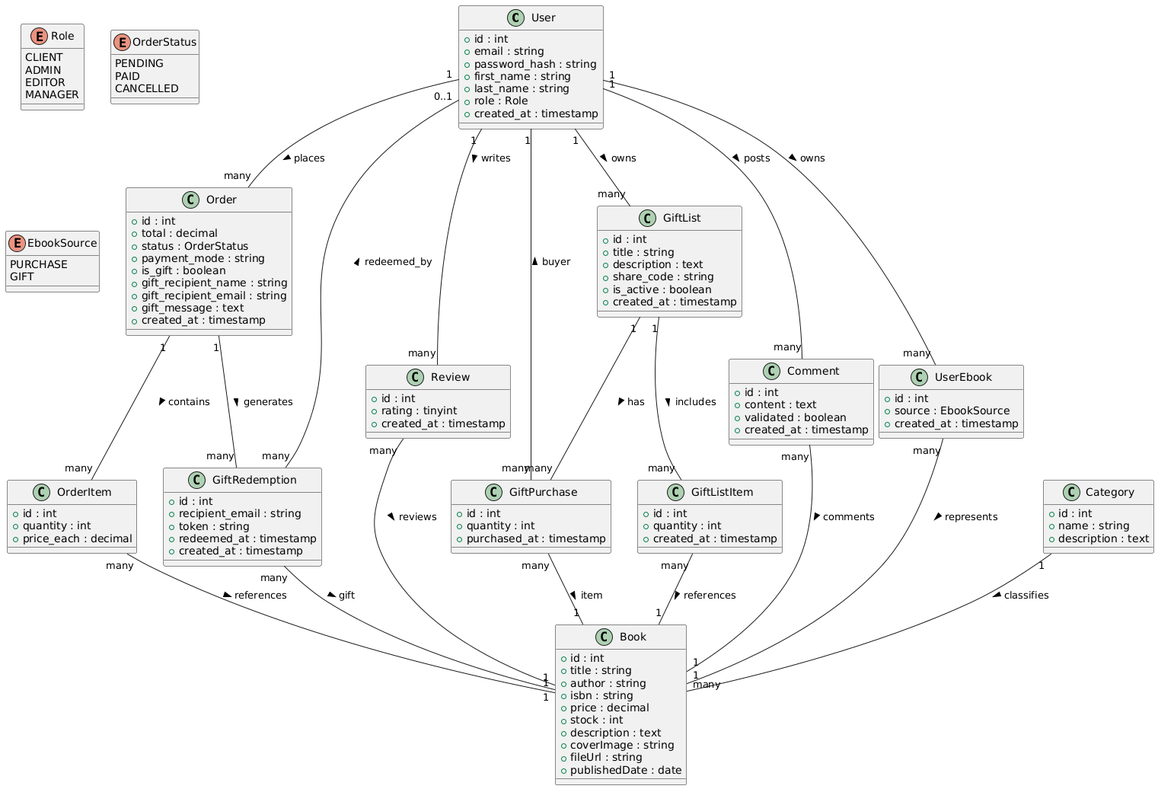
Above: CLASS_DIAGRAM.png in Derssa/livresgourmands (PlantUML), before the change.
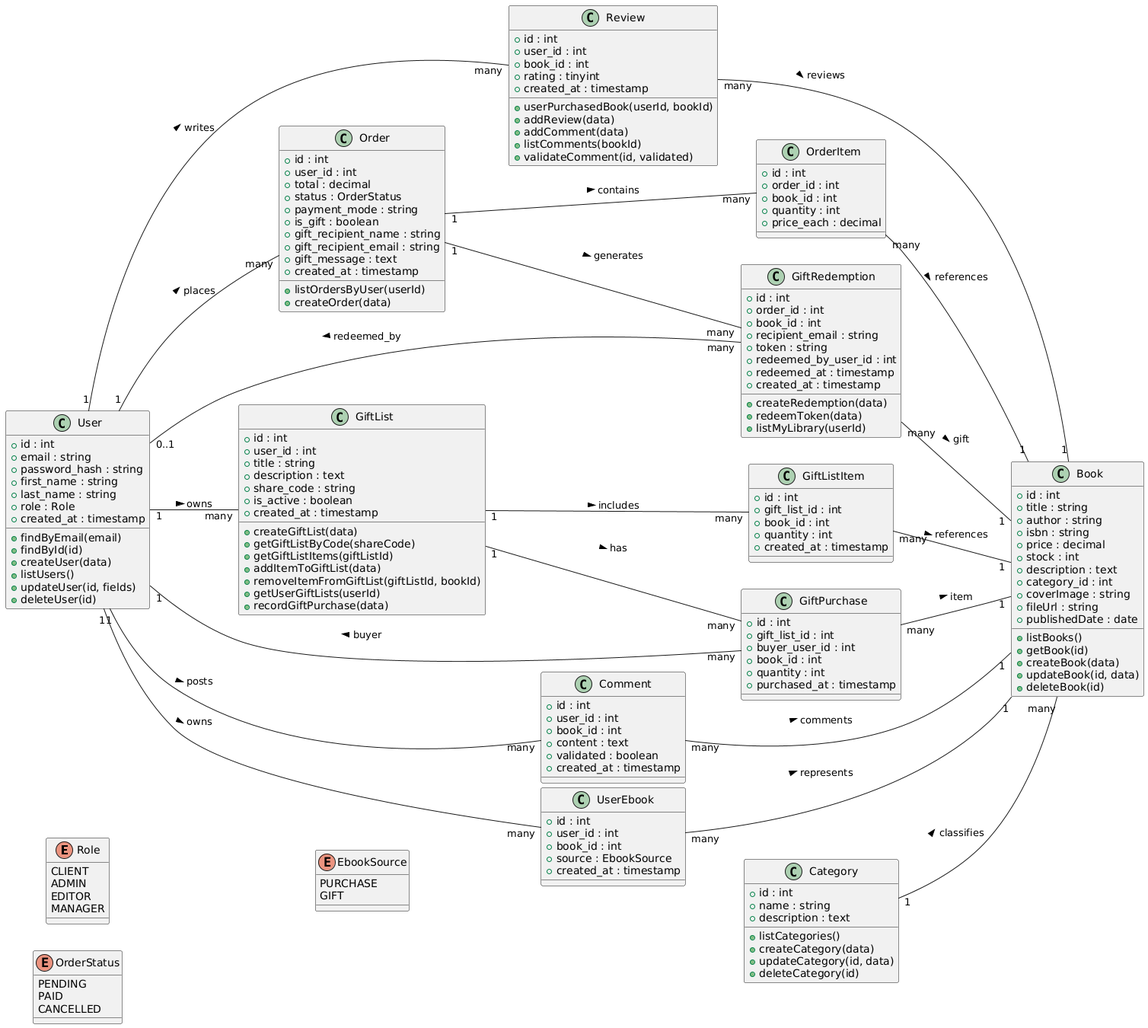
The same file after the commit.

Commit message:
class diagram with methods

Diff of the diagram source:
```diff
@@ -1,4 +1,25 @@
 @startuml
+
+left to right direction
+
+enum Role {
+  CLIENT
+  ADMIN
+  EDITOR
+  MANAGER
+}
+
+enum OrderStatus {
+  PENDING
+  PAID
+  CANCELLED
+}
+
+enum EbookSource {
+  PURCHASE
+  GIFT
+}
+
 
 class User {
   +id : int
@@ -8,19 +29,24 @@
   +last_name : string
   +role : Role
   +created_at : timestamp
-}
 
-enum Role {
-  CLIENT
-  ADMIN
-  EDITOR
-  MANAGER
+  +findByEmail(email)
+  +findById(id)
+  +createUser(data)
+  +listUsers()
+  +updateUser(id, fields)
+  +deleteUser(id)
 }
 
 class Category {
   +id : int
   +name : string
   +description : text
+
+  +listCategories()
+  +createCategory(data)
+  +updateCategory(id, data)
+  +deleteCategory(id)
 }
 
 class Book {
@@ -31,13 +57,21 @@
   +price : decimal
   +stock : int
   +description : text
+  +category_id : int
   +coverImage : string
   +fileUrl : string
   +publishedDate : date
+
+  +listBooks()
+  +getBook(id)
+  +createBook(data)
+  +updateBook(id, data)
+  +deleteBook(id)
 }
 
 class Order {
   +id : int
+  +user_id : int
   +total : decimal
   +status : OrderStatus
   +payment_mode : string
@@ -46,49 +80,87 @@
   +gift_recipient_email : string
   +gift_message : text
   +created_at : timestamp
-}
 
-enum OrderStatus {
-  PENDING
-  PAID
-  CANCELLED
+  +listOrdersByUser(userId)
+  +createOrder(data)
 }
 
 class OrderItem {
   +id : int
+  +order_id : int
+  +book_id : int
   +quantity : int
   +price_each : decimal
 }
 
 class GiftList {
   +id : int
+  +user_id : int
   +title : string
   +description : text
   +share_code : string
   +is_active : boolean
   +created_at : timestamp
+
+  +createGiftList(data)
+  +getGiftListByCode(shareCode)
+  +getGiftListItems(giftListId)
+  +addItemToGiftList(data)
+  +removeItemFromGiftList(giftListId, bookId)
+  +getUserGiftLists(userId)
+  +recordGiftPurchase(data)
 }
 
 class GiftListItem {
   +id : int
+  +gift_list_id : int
+  +book_id : int
   +quantity : int
   +created_at : timestamp
 }
 
 class GiftPurchase {
   +id : int
+  +gift_list_id : int
+  +buyer_user_id : int
+  +book_id : int
   +quantity : int
   +purchased_at : timestamp
 }
 
+class GiftRedemption {
+  +id : int
+  +order_id : int
+  +book_id : int
+  +recipient_email : string
+  +token : string
+  +redeemed_by_user_id : int
+  +redeemed_at : timestamp
+  +created_at : timestamp
+
+  +createRedemption(data)
+  +redeemToken(data)
+  +listMyLibrary(userId)
+}
+
 class Review {
   +id : int
+  +user_id : int
+  +book_id : int
   +rating : tinyint
   +created_at : timestamp
+
+  +userPurchasedBook(userId, bookId)
+  +addReview(data)
+  +addComment(data)
+  +listComments(bookId)
+  +validateComment(id, validated)
 }
 
 class Comment {
   +id : int
+  +user_id : int
+  +book_id : int
   +content : text
   +validated : boolean
   +created_at : timestamp
@@ -96,20 +168,9 @@
 
 class UserEbook {
   +id : int
+  +user_id : int
+  +book_id : int
   +source : EbookSource
-  +created_at : timestamp
-}
-
-enum EbookSource {
-  PURCHASE
-  GIFT
-}
-
-class GiftRedemption {
-  +id : int
-  +recipient_email : string
-  +token : string
-  +redeemed_at : timestamp
   +created_at : timestamp
 }
 
```
